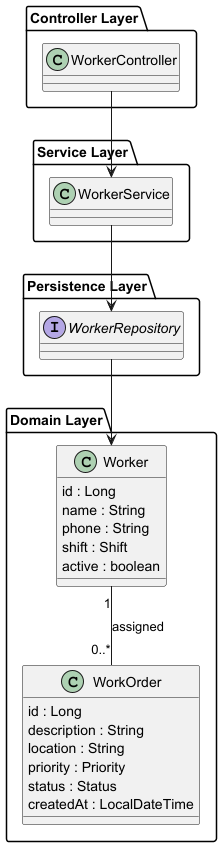
The PlantUML diagram docs/images/architecture-v2.png in dinhoimbr2-alt/workorder-management, before a commit. Source of this version:
```plantuml
@startuml

package "Controller Layer" {
 class WorkerController
}

package "Service Layer" {
 class WorkerService
}

package "Persistence Layer" {
 interface WorkerRepository
}

package "Domain Layer" {

 class Worker {
  id : Long
  name : String
  phone : String
  shift : Shift
  active : boolean
 }

 class WorkOrder {
  id : Long
  description : String
  location : String
  priority : Priority
  status : Status
  createdAt : LocalDateTime
 }

}

WorkerController --> WorkerService
WorkerService --> WorkerRepository
WorkerRepository --> Worker

Worker "1" -- "0..*" WorkOrder : assigned

@enduml
```
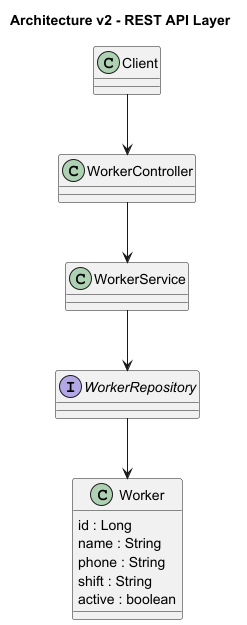
After the commit.

Change to the diagram source:
```diff
@@ -1,42 +1,22 @@
 @startuml
 
-package "Controller Layer" {
- class WorkerController
-}
+title Architecture v2 - REST API Layer
 
-package "Service Layer" {
- class WorkerService
-}
+class WorkerController
+class WorkerService
+interface WorkerRepository
 
-package "Persistence Layer" {
- interface WorkerRepository
-}
-
-package "Domain Layer" {
-
- class Worker {
+class Worker {
   id : Long
   name : String
   phone : String
-  shift : Shift
+  shift : String
   active : boolean
- }
-
- class WorkOrder {
-  id : Long
-  description : String
-  location : String
-  priority : Priority
-  status : Status
-  createdAt : LocalDateTime
- }
-
 }
 
+Client --> WorkerController
 WorkerController --> WorkerService
 WorkerService --> WorkerRepository
 WorkerRepository --> Worker
 
-Worker "1" -- "0..*" WorkOrder : assigned
-
 @enduml
```
